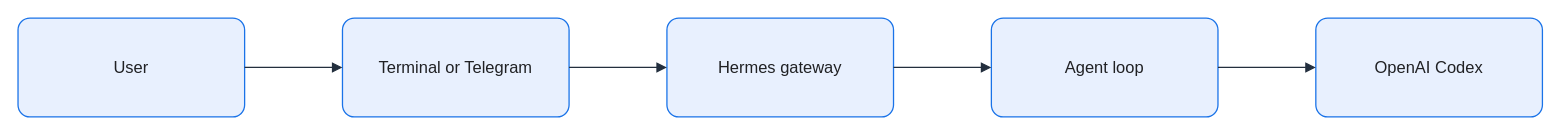
Above: assets/img/ai/hermes-wsl2-agent-flow.drawio in KKamJi98/kkamji98.github.io (draw.io), before the change. Source tidied: cells renumbered, new cells numbered last; positions are measured from the earlier drawing's top-left corner, leaving out a move shared by most shapes. Both pictures are drawn from the tidied source at 103%, with x=0, y=0 at pixel (18, 18).
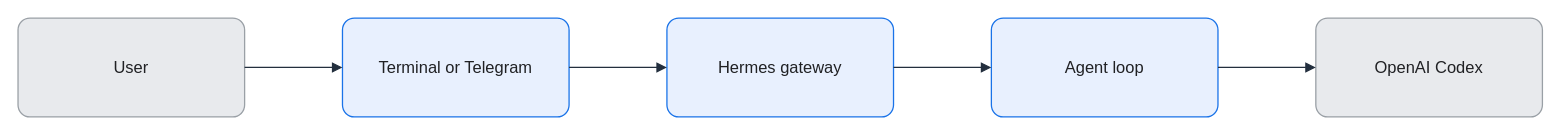
The same diagram, later.

Diff of the diagram source:
```diff
@@
 <mxGraphModel background="#FFFFFF">
   <root>
     <mxCell id="0" />
     <mxCell id="1" parent="0" />
-    <mxCell id="2" value="User" style="rounded=1;arcSize=12;whiteSpace=wrap;html=0;fillColor=#E8F0FE;strokeColor=#1A73E8;strokeWidth=1.25;fontColor=#202124;fontSize=16;align=center;verticalAlign=middle;spacing=8;shadow=0;" parent="1" vertex="1">
+    <mxCell id="2" value="User" style="rounded=1;arcSize=12;whiteSpace=wrap;html=0;fillColor=#E8EAED;strokeColor=#9AA0A6;strokeWidth=1.25;fontColor=#202124;fontSize=16;align=center;verticalAlign=middle;spacing=8;shadow=0;" parent="1" vertex="1">
       <mxGeometry width="220" height="96" as="geometry" />
     </mxCell>
     <mxCell id="3" value="Terminal or Telegram" style="rounded=1;arcSize=12;whiteSpace=wrap;html=0;fillColor=#E8F0FE;strokeColor=#1A73E8;strokeWidth=1.25;fontColor=#202124;fontSize=16;align=center;verticalAlign=middle;spacing=8;shadow=0;" parent="1" vertex="1">
       <mxGeometry x="315" width="220" height="96" as="geometry" />
     </mxCell>
     <mxCell id="4" value="Hermes gateway" style="rounded=1;arcSize=12;whiteSpace=wrap;html=0;fillColor=#E8F0FE;strokeColor=#1A73E8;strokeWidth=1.25;fontColor=#202124;fontSize=16;align=center;verticalAlign=middle;spacing=8;shadow=0;" parent="1" vertex="1">
       <mxGeometry x="630" width="220" height="96" as="geometry" />
     </mxCell>
     <mxCell id="5" value="Agent loop" style="rounded=1;arcSize=12;whiteSpace=wrap;html=0;fillColor=#E8F0FE;strokeColor=#1A73E8;strokeWidth=1.25;fontColor=#202124;fontSize=16;align=center;verticalAlign=middle;spacing=8;shadow=0;" parent="1" vertex="1">
       <mxGeometry x="945" width="220" height="96" as="geometry" />
     </mxCell>
-    <mxCell id="6" value="OpenAI Codex" style="rounded=1;arcSize=12;whiteSpace=wrap;html=0;fillColor=#E8F0FE;strokeColor=#1A73E8;strokeWidth=1.25;fontColor=#202124;fontSize=16;align=center;verticalAlign=middle;spacing=8;shadow=0;" parent="1" vertex="1">
+    <mxCell id="6" value="OpenAI Codex" style="rounded=1;arcSize=12;whiteSpace=wrap;html=0;fillColor=#E8EAED;strokeColor=#9AA0A6;strokeWidth=1.25;fontColor=#202124;fontSize=16;align=center;verticalAlign=middle;spacing=8;shadow=0;" parent="1" vertex="1">
       <mxGeometry x="1260" width="220" height="96" as="geometry" />
     </mxCell>
     <mxCell id="7" style="edgeStyle=orthogonalEdgeStyle;rounded=0;jettySize=auto;html=0;endArrow=block;endFill=1;strokeColor=#232F3E;strokeWidth=1.25;fontColor=#202124;labelBackgroundColor=none;exitX=1;exitY=0.5;exitDx=0;exitDy=0;entryX=0;entryY=0.5;entryDx=0;entryDy=0;endSize=7;" parent="1" edge="1" source="2" target="3">
       <mxGeometry relative="1" as="geometry" />
     </mxCell>
     <mxCell id="8" style="edgeStyle=orthogonalEdgeStyle;rounded=0;jettySize=auto;html=0;endArrow=block;endFill=1;strokeColor=#232F3E;strokeWidth=1.25;fontColor=#202124;labelBackgroundColor=none;exitX=1;exitY=0.5;exitDx=0;exitDy=0;entryX=0;entryY=0.5;entryDx=0;entryDy=0;endSize=7;" parent="1" edge="1" source="3" target="4">
       <mxGeometry relative="1" as="geometry" />
     </mxCell>
     <mxCell id="9" style="edgeStyle=orthogonalEdgeStyle;rounded=0;jettySize=auto;html=0;endArrow=block;endFill=1;strokeColor=#232F3E;strokeWidth=1.25;fontColor=#202124;labelBackgroundColor=none;exitX=1;exitY=0.5;exitDx=0;exitDy=0;entryX=0;entryY=0.5;entryDx=0;entryDy=0;endSize=7;" parent="1" edge="1" source="4" target="5">
       <mxGeometry relative="1" as="geometry" />
     </mxCell>
     <mxCell id="10" style="edgeStyle=orthogonalEdgeStyle;rounded=0;jettySize=auto;html=0;endArrow=block;endFill=1;strokeColor=#232F3E;strokeWidth=1.25;fontColor=#202124;labelBackgroundColor=none;exitX=1;exitY=0.5;exitDx=0;exitDy=0;entryX=0;entryY=0.5;entryDx=0;entryDy=0;endSize=7;" parent="1" edge="1" source="5" target="6">
       <mxGeometry relative="1" as="geometry" />
     </mxCell>
   </root>
 </mxGraphModel>
```
